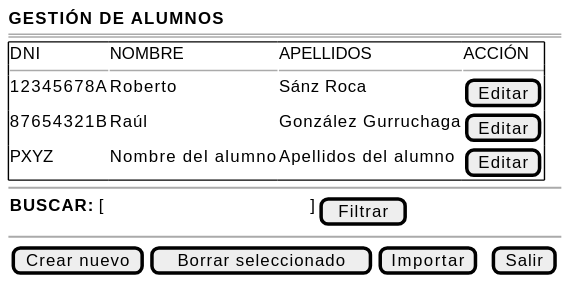
This is documents/casos-de-uso/prototipadoCasosDeUso/verAlumnos/verAlumnos.svg from martinlopez7/25-26-IdSw1-SdR, a PlantUML export, as it was before one commit. Source of this version:
```plantuml
@startsalt abrirProfesores-wireframe
{
<b>GESTIÓN DE ALUMNOS</b>
===
{+  DNI | NOMBRE | APELLIDOS | ACCIÓN
  --|--|--|--
  12345678A | Roberto | Sánz Roca | [Editar]
  87654321B | Raúl | González Gurruchaga | [Editar]
 PXYZ | Nombre del alumno | Apellidos del alumno | [Editar]
  }
  ~~
  {<b>BUSCAR:</b> [                                      ] | [Filtrar]}
  ~~
  { [Crear nuevo] | [Borrar seleccionado] | [Importar] | . | [Salir] }
}
@endsalt
```
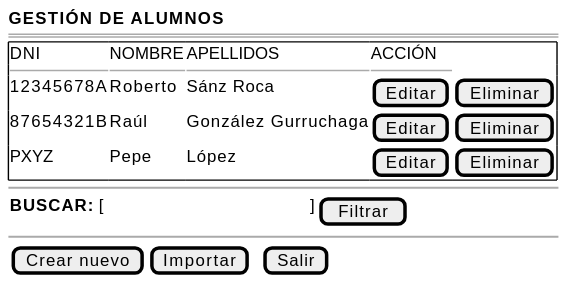
The same diagram one commit later.

Change to the diagram source:
```diff
@@ -4,13 +4,13 @@
 ===
 {+  DNI | NOMBRE | APELLIDOS | ACCIÓN
   --|--|--|--
-  12345678A | Roberto | Sánz Roca | [Editar]
-  87654321B | Raúl | González Gurruchaga | [Editar]
- PXYZ | Nombre del alumno | Apellidos del alumno | [Editar]
+  12345678A | Roberto | Sánz Roca | [Editar] |[Eliminar]
+  87654321B | Raúl | González Gurruchaga | [Editar] |[Eliminar]
+ PXYZ | Pepe | López | [Editar] |[Eliminar]
   }
   ~~
   {<b>BUSCAR:</b> [                                      ] | [Filtrar]}
   ~~
-  { [Crear nuevo] | [Borrar seleccionado] | [Importar] | . | [Salir] }
+  { [Crear nuevo] | [Importar] | . | [Salir] }
 }
 @endsalt
```
